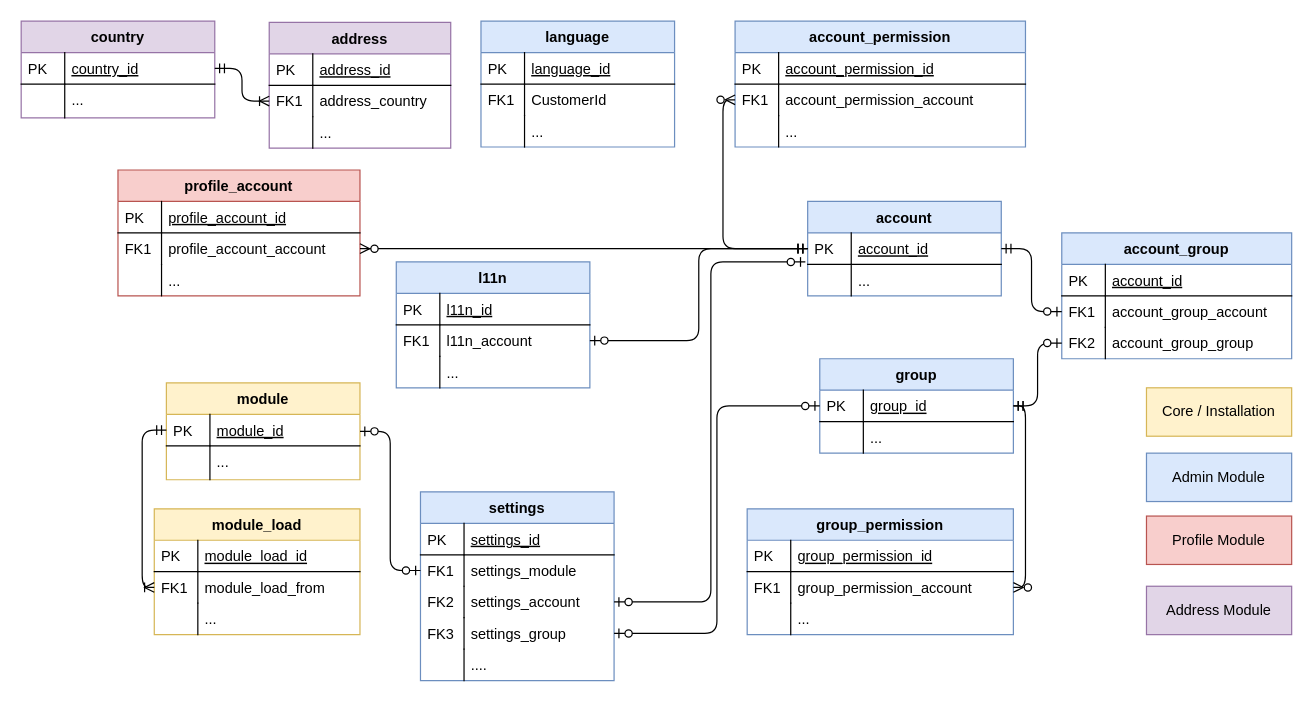
Karaka-Management/Assets keeps this draw.io diagram as page "overview" (1 of 8) of app/UML.drawio. Above is the earlier version. Source tidied: cells renumbered, new cells numbered last; positions are measured from the earlier drawing's top-left corner, leaving out a move shared by most shapes. Both pictures are drawn from the tidied source at 121%, with x=0, y=0 at pixel (21, 21).
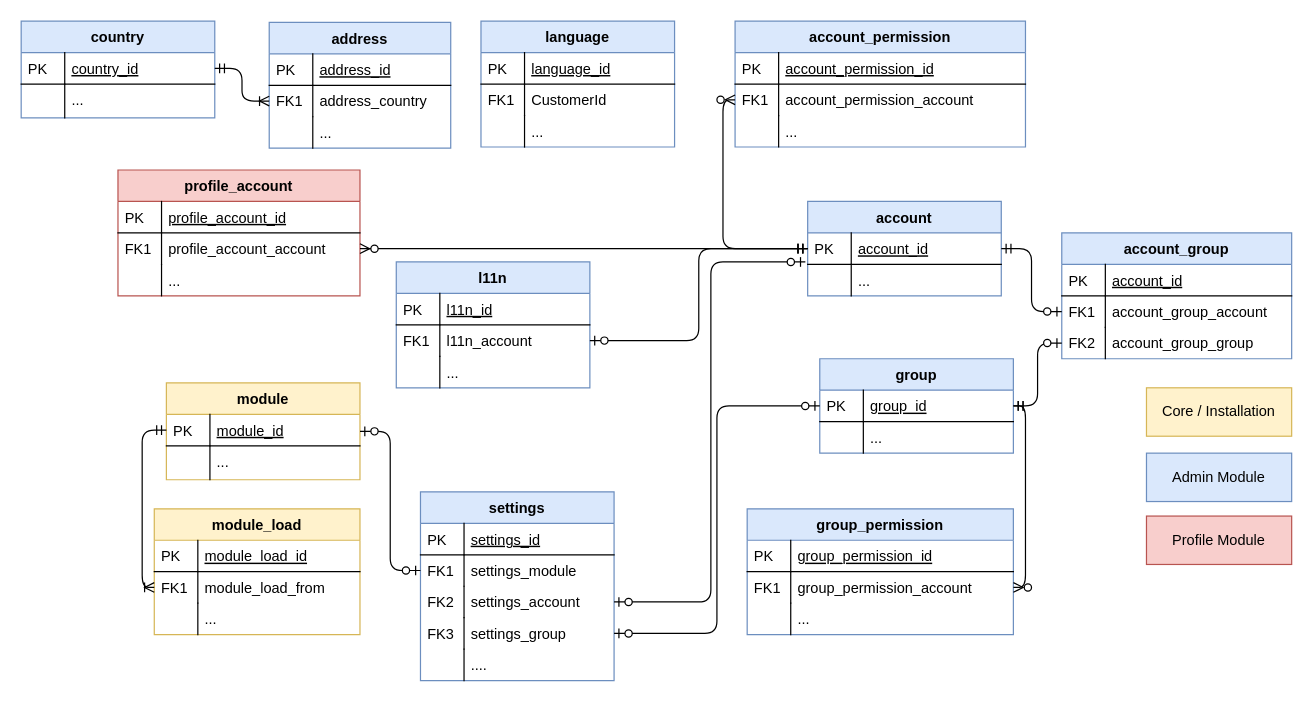
The same page after the edit.

What changed in the source:
```diff
@@
-    <mxCell id="52" value="country" style="swimlane;fontStyle=1;horizontal=1;startSize=26;rounded=0;shadow=0;strokeWidth=1;fillColor=#e1d5e7;strokeColor=#9673a6;labelBackgroundColor=none;" parent="1" vertex="1">
+    <mxCell id="52" value="country" style="swimlane;fontStyle=1;horizontal=1;startSize=26;rounded=0;shadow=0;strokeWidth=1;fillColor=#dae8fc;strokeColor=#6c8ebf;labelBackgroundColor=none;" parent="1" vertex="1">
       <mxGeometry width="160" height="80" as="geometry" />
     </mxCell>
@@
-    <mxCell id="57" value="address" style="swimlane;fontStyle=1;horizontal=1;startSize=26;rounded=0;shadow=0;strokeWidth=1;fillColor=#e1d5e7;strokeColor=#9673a6;" parent="1" vertex="1">
+    <mxCell id="57" value="address" style="swimlane;fontStyle=1;horizontal=1;startSize=26;rounded=0;shadow=0;strokeWidth=1;fillColor=#dae8fc;strokeColor=#6c8ebf;" parent="1" vertex="1">
       <mxGeometry x="205" y="1" width="150" height="104" as="geometry" />
     </mxCell>
@@
-    <mxCell id="103" value="Address Module" style="rounded=0;whiteSpace=wrap;html=1;fillColor=#e1d5e7;strokeColor=#9673a6;" parent="1" vertex="1">
-      <mxGeometry x="930" y="467" width="120" height="40" as="geometry" />
-    </mxCell>
```
